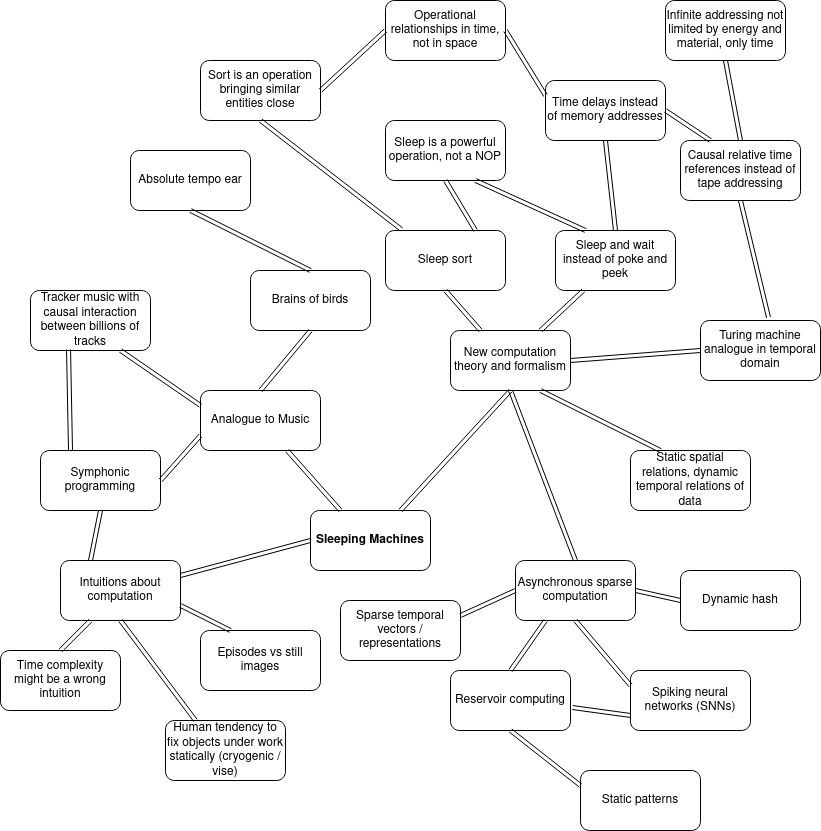
Above: sleeping_machines.png in keskival/sleeping_machines (draw.io), before the change. Source tidied: cells renumbered, new cells last; positions are measured from the earlier drawing's top-left corner, leaving out a move shared by most shapes. Source of this version:
```xml
<mxGraphModel>
  <root>
    <mxCell id="0" />
    <mxCell id="1" parent="0" />
    <mxCell id="2" value="&lt;b&gt;Sleeping Machines&lt;/b&gt;" style="rounded=1;whiteSpace=wrap;html=1;" parent="1" vertex="1">
      <mxGeometry x="310" y="510" width="120" height="60" as="geometry" />
    </mxCell>
    <mxCell id="3" value="Analogue to Music" style="rounded=1;whiteSpace=wrap;html=1;" parent="1" vertex="1">
      <mxGeometry x="200" y="390" width="120" height="60" as="geometry" />
    </mxCell>
    <mxCell id="4" value="Brains of birds" style="rounded=1;whiteSpace=wrap;html=1;" parent="1" vertex="1">
      <mxGeometry x="250" y="270" width="120" height="60" as="geometry" />
    </mxCell>
    <mxCell id="5" value="Absolute tempo ear" style="rounded=1;whiteSpace=wrap;html=1;" parent="1" vertex="1">
      <mxGeometry x="130" y="150" width="120" height="60" as="geometry" />
    </mxCell>
    <mxCell id="6" value="Tracker music with causal interaction between billions of tracks" style="rounded=1;whiteSpace=wrap;html=1;" parent="1" vertex="1">
      <mxGeometry x="30" y="290" width="120" height="60" as="geometry" />
    </mxCell>
    <mxCell id="7" value="New computation theory and formalism" style="rounded=1;whiteSpace=wrap;html=1;" parent="1" vertex="1">
      <mxGeometry x="450" y="330" width="120" height="60" as="geometry" />
    </mxCell>
    <mxCell id="8" value="Turing machine analogue in temporal domain" style="rounded=1;whiteSpace=wrap;html=1;" parent="1" vertex="1">
      <mxGeometry x="700" y="320" width="120" height="60" as="geometry" />
    </mxCell>
    <mxCell id="9" value="Sleep sort" style="rounded=1;whiteSpace=wrap;html=1;" parent="1" vertex="1">
      <mxGeometry x="385" y="230" width="120" height="60" as="geometry" />
    </mxCell>
    <mxCell id="10" value="Asynchronous sparse computation" style="rounded=1;whiteSpace=wrap;html=1;" parent="1" vertex="1">
      <mxGeometry x="515" y="560" width="120" height="60" as="geometry" />
    </mxCell>
    <mxCell id="11" value="Spiking neural networks (SNNs)" style="rounded=1;whiteSpace=wrap;html=1;" parent="1" vertex="1">
      <mxGeometry x="630" y="670" width="120" height="60" as="geometry" />
    </mxCell>
    <mxCell id="12" value="Time delays instead of memory addresses" style="rounded=1;whiteSpace=wrap;html=1;" parent="1" vertex="1">
      <mxGeometry x="545" y="80" width="120" height="60" as="geometry" />
    </mxCell>
    <mxCell id="13" value="Static spatial relations, dynamic temporal relations of data" style="rounded=1;whiteSpace=wrap;html=1;" parent="1" vertex="1">
      <mxGeometry x="630" y="450" width="120" height="60" as="geometry" />
    </mxCell>
    <mxCell id="14" style="shape=link;html=1;entryX=0.25;entryY=0;entryDx=0;entryDy=0;" parent="1" edge="1" source="3" target="2">
      <mxGeometry relative="1" as="geometry" />
    </mxCell>
    <mxCell id="15" style="shape=link;html=1;entryX=0.5;entryY=1;entryDx=0;entryDy=0;exitX=0.5;exitY=0;exitDx=0;exitDy=0;" parent="1" edge="1" source="3" target="4">
      <mxGeometry relative="1" as="geometry" />
    </mxCell>
    <mxCell id="16" style="shape=link;html=1;entryX=0;entryY=0.25;entryDx=0;entryDy=0;exitX=0.75;exitY=1;exitDx=0;exitDy=0;" parent="1" edge="1" source="6" target="3">
      <mxGeometry relative="1" as="geometry" />
    </mxCell>
    <mxCell id="17" value="Sleep and wait instead of poke and peek" style="rounded=1;whiteSpace=wrap;html=1;" parent="1" vertex="1">
      <mxGeometry x="555" y="230" width="120" height="60" as="geometry" />
    </mxCell>
    <mxCell id="18" style="shape=link;html=1;exitX=0.5;exitY=1;exitDx=0;exitDy=0;entryX=0.5;entryY=0;entryDx=0;entryDy=0;" parent="1" edge="1" source="5" target="4">
      <mxGeometry relative="1" as="geometry" />
    </mxCell>
    <mxCell id="19" style="shape=link;html=1;entryX=0.75;entryY=0;entryDx=0;entryDy=0;exitX=0.5;exitY=1;exitDx=0;exitDy=0;" parent="1" edge="1" source="7" target="2">
      <mxGeometry relative="1" as="geometry" />
    </mxCell>
    <mxCell id="20" style="shape=link;html=1;entryX=0.75;entryY=0;entryDx=0;entryDy=0;" parent="1" edge="1" source="17" target="7">
      <mxGeometry relative="1" as="geometry" />
    </mxCell>
    <mxCell id="21" style="shape=link;html=1;exitX=0.25;exitY=0;exitDx=0;exitDy=0;entryX=0.5;entryY=1;entryDx=0;entryDy=0;" parent="1" edge="1" source="7" target="9">
      <mxGeometry relative="1" as="geometry" />
    </mxCell>
    <mxCell id="22" style="shape=link;html=1;exitX=0.75;exitY=1;exitDx=0;exitDy=0;entryX=0.25;entryY=0;entryDx=0;entryDy=0;" parent="1" edge="1" source="7" target="13">
      <mxGeometry relative="1" as="geometry" />
    </mxCell>
    <mxCell id="23" style="shape=link;html=1;entryX=0.5;entryY=0;entryDx=0;entryDy=0;exitX=0.5;exitY=1;exitDx=0;exitDy=0;" parent="1" edge="1" source="12" target="17">
      <mxGeometry relative="1" as="geometry" />
    </mxCell>
    <mxCell id="24" style="shape=link;html=1;exitX=1;exitY=0.5;exitDx=0;exitDy=0;entryX=0;entryY=0.5;entryDx=0;entryDy=0;" parent="1" edge="1" source="7" target="8">
      <mxGeometry relative="1" as="geometry" />
    </mxCell>
    <mxCell id="25" style="shape=link;html=1;exitX=0.5;exitY=1;exitDx=0;exitDy=0;entryX=0.5;entryY=0;entryDx=0;entryDy=0;" parent="1" edge="1" source="7" target="10">
      <mxGeometry relative="1" as="geometry" />
    </mxCell>
    <mxCell id="26" style="shape=link;html=1;exitX=0.5;exitY=1;exitDx=0;exitDy=0;entryX=0;entryY=0.25;entryDx=0;entryDy=0;" parent="1" edge="1" source="10" target="11">
      <mxGeometry relative="1" as="geometry" />
    </mxCell>
    <mxCell id="27" value="Dynamic hash" style="rounded=1;whiteSpace=wrap;html=1;" parent="1" vertex="1">
      <mxGeometry x="680" y="570" width="120" height="60" as="geometry" />
    </mxCell>
    <mxCell id="28" style="shape=link;html=1;entryX=0;entryY=0.5;entryDx=0;entryDy=0;exitX=1;exitY=0.5;exitDx=0;exitDy=0;" parent="1" edge="1" source="10" target="27">
      <mxGeometry relative="1" as="geometry" />
    </mxCell>
    <mxCell id="29" value="Reservoir computing" style="rounded=1;whiteSpace=wrap;html=1;" parent="1" vertex="1">
      <mxGeometry x="450" y="670" width="120" height="60" as="geometry" />
    </mxCell>
    <mxCell id="30" value="Static patterns" style="rounded=1;whiteSpace=wrap;html=1;" parent="1" vertex="1">
      <mxGeometry x="580" y="770" width="120" height="60" as="geometry" />
    </mxCell>
    <mxCell id="31" style="shape=link;html=1;entryX=0.25;entryY=1;entryDx=0;entryDy=0;exitX=0.5;exitY=0;exitDx=0;exitDy=0;" parent="1" edge="1" source="29" target="10">
      <mxGeometry relative="1" as="geometry" />
    </mxCell>
    <mxCell id="32" style="shape=link;html=1;entryX=0;entryY=0.25;entryDx=0;entryDy=0;exitX=0.5;exitY=1;exitDx=0;exitDy=0;" parent="1" edge="1" source="29" target="30">
      <mxGeometry relative="1" as="geometry" />
    </mxCell>
    <mxCell id="33" style="shape=link;html=1;entryX=0;entryY=0.75;entryDx=0;entryDy=0;exitX=1.017;exitY=0.617;exitDx=0;exitDy=0;exitPerimeter=0;" parent="1" edge="1" source="29" target="11">
      <mxGeometry relative="1" as="geometry" />
    </mxCell>
    <mxCell id="34" value="Sparse temporal vectors / representations" style="rounded=1;whiteSpace=wrap;html=1;" parent="1" vertex="1">
      <mxGeometry x="340" y="600" width="120" height="60" as="geometry" />
    </mxCell>
    <mxCell id="35" style="shape=link;html=1;exitX=1;exitY=0.25;exitDx=0;exitDy=0;entryX=0;entryY=0.5;entryDx=0;entryDy=0;" parent="1" edge="1" source="34" target="10">
      <mxGeometry relative="1" as="geometry" />
    </mxCell>
    <mxCell id="36" value="Intuitions about computation" style="rounded=1;whiteSpace=wrap;html=1;" parent="1" vertex="1">
      <mxGeometry x="60" y="560" width="120" height="60" as="geometry" />
    </mxCell>
    <mxCell id="37" value="Human tendency to fix objects under work statically (cryogenic / vise)" style="rounded=1;whiteSpace=wrap;html=1;" parent="1" vertex="1">
      <mxGeometry x="165" y="720" width="120" height="60" as="geometry" />
    </mxCell>
    <mxCell id="38" value="Time complexity might be a wrong intuition" style="rounded=1;whiteSpace=wrap;html=1;" parent="1" vertex="1">
      <mxGeometry y="650" width="120" height="60" as="geometry" />
    </mxCell>
    <mxCell id="39" style="shape=link;html=1;entryX=0.25;entryY=1;entryDx=0;entryDy=0;exitX=0.5;exitY=0;exitDx=0;exitDy=0;" parent="1" edge="1" source="38" target="36">
      <mxGeometry relative="1" as="geometry" />
    </mxCell>
    <mxCell id="40" style="shape=link;html=1;entryX=0.25;entryY=0;entryDx=0;entryDy=0;exitX=0.5;exitY=1;exitDx=0;exitDy=0;" parent="1" edge="1" source="36" target="37">
      <mxGeometry relative="1" as="geometry" />
    </mxCell>
    <mxCell id="41" style="shape=link;html=1;entryX=0;entryY=0.5;entryDx=0;entryDy=0;exitX=1;exitY=0.25;exitDx=0;exitDy=0;" parent="1" edge="1" source="36" target="2">
      <mxGeometry relative="1" as="geometry" />
    </mxCell>
    <mxCell id="42" value="Episodes vs still images" style="rounded=1;whiteSpace=wrap;html=1;" parent="1" vertex="1">
      <mxGeometry x="200" y="630" width="120" height="60" as="geometry" />
    </mxCell>
    <mxCell id="43" style="shape=link;html=1;exitX=1;exitY=0.75;exitDx=0;exitDy=0;entryX=0.25;entryY=0;entryDx=0;entryDy=0;" parent="1" edge="1" source="36" target="42">
      <mxGeometry relative="1" as="geometry" />
    </mxCell>
    <mxCell id="44" value="Symphonic programming" style="rounded=1;whiteSpace=wrap;html=1;" parent="1" vertex="1">
      <mxGeometry x="40" y="450" width="120" height="60" as="geometry" />
    </mxCell>
    <mxCell id="45" style="shape=link;html=1;exitX=1;exitY=0.5;exitDx=0;exitDy=0;entryX=0;entryY=0.75;entryDx=0;entryDy=0;" parent="1" edge="1" source="44" target="3">
      <mxGeometry relative="1" as="geometry" />
    </mxCell>
    <mxCell id="46" style="shape=link;html=1;exitX=0.317;exitY=0.983;exitDx=0;exitDy=0;exitPerimeter=0;entryX=0.25;entryY=0;entryDx=0;entryDy=0;" parent="1" edge="1" source="6" target="44">
      <mxGeometry relative="1" as="geometry" />
    </mxCell>
    <mxCell id="47" style="shape=link;html=1;entryX=0.25;entryY=0;entryDx=0;entryDy=0;exitX=0.5;exitY=1;exitDx=0;exitDy=0;" parent="1" edge="1" source="44" target="36">
      <mxGeometry relative="1" as="geometry" />
    </mxCell>
    <mxCell id="48" value="Causal relative time references instead of tape addressing" style="rounded=1;whiteSpace=wrap;html=1;" parent="1" vertex="1">
      <mxGeometry x="680" y="140" width="120" height="60" as="geometry" />
    </mxCell>
    <mxCell id="49" style="shape=link;html=1;entryX=0.567;entryY=-0.05;entryDx=0;entryDy=0;entryPerimeter=0;exitX=0.5;exitY=1;exitDx=0;exitDy=0;" parent="1" edge="1" source="48" target="8">
      <mxGeometry relative="1" as="geometry" />
    </mxCell>
    <mxCell id="50" style="shape=link;html=1;entryX=0.25;entryY=0;entryDx=0;entryDy=0;exitX=1;exitY=0.5;exitDx=0;exitDy=0;" parent="1" edge="1" source="12" target="48">
      <mxGeometry relative="1" as="geometry" />
    </mxCell>
    <mxCell id="51" value="Infinite addressing not limited by energy and material, only time" style="rounded=1;whiteSpace=wrap;html=1;" parent="1" vertex="1">
      <mxGeometry x="665" width="120" height="60" as="geometry" />
    </mxCell>
    <mxCell id="52" style="shape=link;html=1;entryX=0.5;entryY=0;entryDx=0;entryDy=0;exitX=0.5;exitY=1;exitDx=0;exitDy=0;" parent="1" edge="1" source="51" target="48">
      <mxGeometry relative="1" as="geometry" />
    </mxCell>
    <mxCell id="53" value="Sleep is a powerful operation, not a NOP" style="rounded=1;whiteSpace=wrap;html=1;" parent="1" vertex="1">
      <mxGeometry x="385" y="120" width="120" height="60" as="geometry" />
    </mxCell>
    <mxCell id="54" style="shape=link;html=1;entryX=0.75;entryY=0;entryDx=0;entryDy=0;exitX=0.5;exitY=1;exitDx=0;exitDy=0;" parent="1" edge="1" source="53" target="9">
      <mxGeometry relative="1" as="geometry" />
    </mxCell>
    <mxCell id="55" style="shape=link;html=1;entryX=0.25;entryY=0;entryDx=0;entryDy=0;exitX=0.75;exitY=1;exitDx=0;exitDy=0;" parent="1" edge="1" source="53" target="17">
      <mxGeometry relative="1" as="geometry" />
    </mxCell>
    <mxCell id="56" value="Sort is an operation bringing similar entities close" style="rounded=1;whiteSpace=wrap;html=1;" parent="1" vertex="1">
      <mxGeometry x="200" y="60" width="120" height="60" as="geometry" />
    </mxCell>
    <mxCell id="57" style="shape=link;html=1;entryX=0.133;entryY=-0.017;entryDx=0;entryDy=0;entryPerimeter=0;exitX=0.5;exitY=1;exitDx=0;exitDy=0;" parent="1" edge="1" source="56" target="9">
      <mxGeometry relative="1" as="geometry" />
    </mxCell>
    <mxCell id="58" value="Operational relationships in time, not in space" style="rounded=1;whiteSpace=wrap;html=1;" parent="1" vertex="1">
      <mxGeometry x="385" width="120" height="60" as="geometry" />
    </mxCell>
    <mxCell id="59" style="shape=link;html=1;exitX=1;exitY=0.5;exitDx=0;exitDy=0;entryX=0;entryY=0.25;entryDx=0;entryDy=0;" parent="1" edge="1" source="58" target="12">
      <mxGeometry relative="1" as="geometry" />
    </mxCell>
    <mxCell id="60" style="shape=link;html=1;exitX=1;exitY=0.5;exitDx=0;exitDy=0;entryX=0;entryY=0.5;entryDx=0;entryDy=0;" parent="1" edge="1" source="56" target="58">
      <mxGeometry relative="1" as="geometry" />
    </mxCell>
  </root>
</mxGraphModel>
```
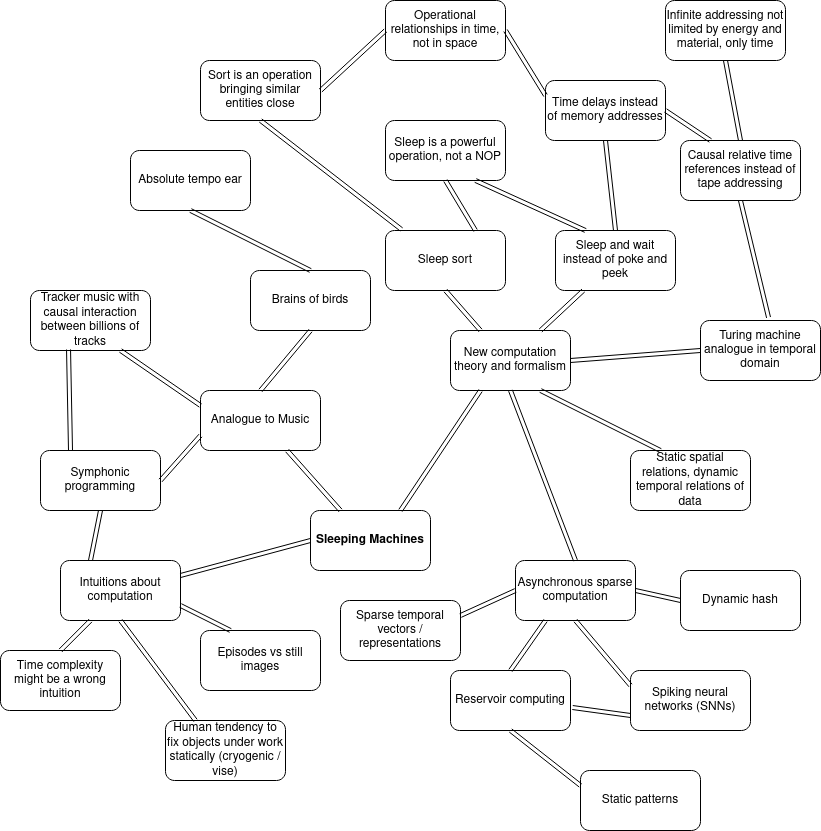
After the commit.

What changed in the source:
```diff
@@ -53,7 +53,7 @@
     <mxCell id="18" style="shape=link;html=1;exitX=0.5;exitY=1;exitDx=0;exitDy=0;entryX=0.5;entryY=0;entryDx=0;entryDy=0;" parent="1" edge="1" source="5" target="4">
       <mxGeometry relative="1" as="geometry" />
     </mxCell>
-    <mxCell id="19" style="shape=link;html=1;entryX=0.75;entryY=0;entryDx=0;entryDy=0;exitX=0.5;exitY=1;exitDx=0;exitDy=0;" parent="1" edge="1" source="7" target="2">
+    <mxCell id="19" style="shape=link;html=1;entryX=0.75;entryY=0;entryDx=0;entryDy=0;exitX=0.25;exitY=1;exitDx=0;exitDy=0;" parent="1" edge="1" source="7" target="2">
       <mxGeometry relative="1" as="geometry" />
     </mxCell>
     <mxCell id="20" style="shape=link;html=1;entryX=0.75;entryY=0;entryDx=0;entryDy=0;" parent="1" edge="1" source="17" target="7">
```
